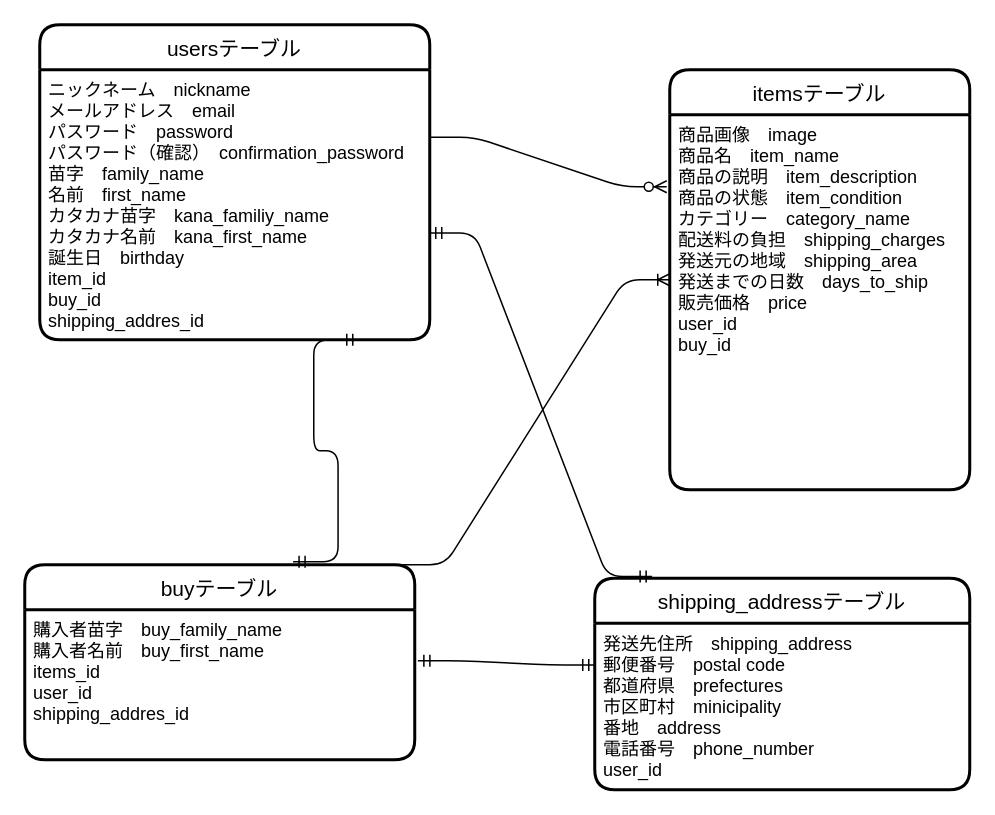
Earlier version of the draw.io diagram furima.dio (dino-pg/furima-34856). Source tidied: cells renumbered, new cells numbered last; positions are measured from the earlier drawing's top-left corner, leaving out a move shared by most shapes. Both pictures are drawn from the tidied source at 150%, with x=0, y=0 at pixel (24, 24).
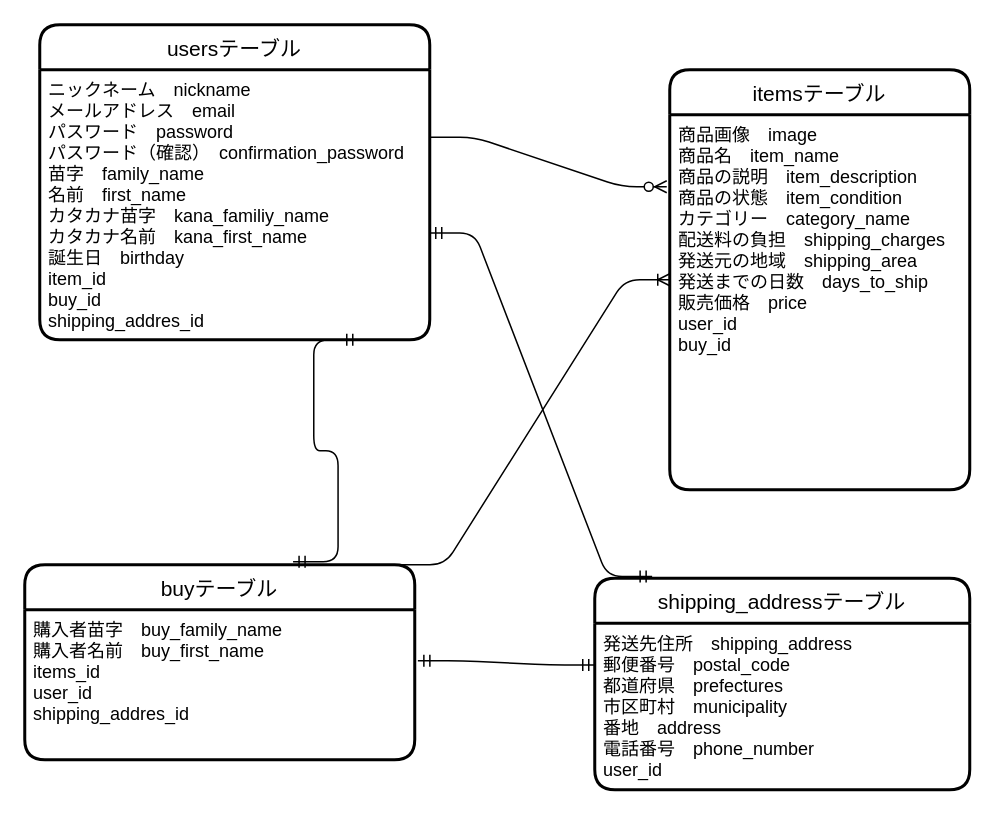
After the change.

Commit message:
ER図のスペル修正

What changed in the source:
```diff
@@
 <mxGraphModel>
   <root>
     <mxCell id="0" />
     <mxCell id="1" parent="0" />
     <mxCell id="2" value="usersテーブル" style="swimlane;horizontal=1;startSize=30;rounded=1;fontSize=14;fontStyle=0;strokeWidth=2;shadow=0;dashed=0;align=center;" parent="1" vertex="1">
       <mxGeometry x="10" width="260" height="210" as="geometry" />
     </mxCell>
     <mxCell id="3" value="ニックネーム　nickname&#10;メールアドレス　email&#10;パスワード　password&#10;パスワード（確認）　confirmation_password&#10;苗字　family_name&#10;名前　first_name&#10;カタカナ苗字　kana_familiy_name&#10;カタカナ名前　kana_first_name&#10;誕生日　birthday&#10;item_id&#10;buy_id&#10;shipping_addres_id" style="align=left;strokeColor=none;fillColor=none;spacingLeft=4;fontSize=12;verticalAlign=top;" parent="2" vertex="1">
       <mxGeometry y="30" width="260" height="180" as="geometry" />
     </mxCell>
     <mxCell id="4" value="buyテーブル" style="swimlane;horizontal=1;startSize=30;rounded=1;fontSize=14;fontStyle=0;strokeWidth=2;shadow=0;dashed=0;align=center;" parent="1" vertex="1">
       <mxGeometry y="360" width="260" height="130" as="geometry" />
     </mxCell>
     <mxCell id="5" value="購入者苗字　buy_family_name&#10;購入者名前　buy_first_name&#10;items_id&#10;user_id&#10;shipping_addres_id" style="align=left;strokeColor=none;fillColor=none;spacingLeft=4;fontSize=12;verticalAlign=top;" parent="4" vertex="1">
       <mxGeometry y="30" width="260" height="100" as="geometry" />
     </mxCell>
     <mxCell id="6" style="edgeStyle=entityRelationEdgeStyle;fontSize=12;html=1;endArrow=ERzeroToMany;endFill=1;exitX=1;exitY=0.25;exitDx=0;exitDy=0;" parent="1" edge="1" source="3">
       <mxGeometry relative="1" as="geometry">
         <mxPoint x="428" y="108" as="targetPoint" />
       </mxGeometry>
     </mxCell>
     <mxCell id="7" value="itemsテーブル" style="swimlane;horizontal=1;startSize=30;rounded=1;fontSize=14;fontStyle=0;strokeWidth=2;shadow=0;dashed=0;align=center;" parent="1" vertex="1">
       <mxGeometry x="430" y="30" width="200" height="280" as="geometry" />
     </mxCell>
     <mxCell id="8" value="商品画像　image&#10;商品名　item_name&#10;商品の説明　item_description&#10;商品の状態　item_condition&#10;カテゴリー　category_name&#10;配送料の負担　shipping_charges&#10;発送元の地域　shipping_area&#10;発送までの日数　days_to_ship&#10;販売価格　price&#10;user_id&#10;buy_id" style="align=left;strokeColor=none;fillColor=none;spacingLeft=4;fontSize=12;verticalAlign=top;" parent="7" vertex="1">
       <mxGeometry y="30" width="200" height="250" as="geometry" />
     </mxCell>
     <mxCell id="9" style="edgeStyle=entityRelationEdgeStyle;fontSize=12;html=1;endArrow=ERmandOne;startArrow=ERmandOne;entryX=0.818;entryY=1;entryDx=0;entryDy=0;entryPerimeter=0;exitX=0.688;exitY=-0.015;exitDx=0;exitDy=0;exitPerimeter=0;" parent="1" edge="1" source="4" target="3">
       <mxGeometry relative="1" as="geometry" />
     </mxCell>
     <mxCell id="10" value="shipping_addressテーブル" style="swimlane;horizontal=1;startSize=30;rounded=1;fontSize=14;fontStyle=0;strokeWidth=2;shadow=0;dashed=0;align=center;" parent="1" vertex="1">
       <mxGeometry x="380" y="369" width="250" height="141" as="geometry" />
     </mxCell>
-    <mxCell id="11" value="発送先住所　shipping_address&#10;郵便番号　postal code&#10;都道府県　prefectures&#10;市区町村　minicipality&#10;番地　address&#10;電話番号　phone_number&#10;user_id" style="align=left;strokeColor=none;fillColor=none;spacingLeft=4;fontSize=12;verticalAlign=top;" parent="10" vertex="1">
+    <mxCell id="11" value="発送先住所　shipping_address&#10;郵便番号　postal_code&#10;都道府県　prefectures&#10;市区町村　municipality&#10;番地　address&#10;電話番号　phone_number&#10;user_id" style="align=left;strokeColor=none;fillColor=none;spacingLeft=4;fontSize=12;verticalAlign=top;" parent="10" vertex="1">
       <mxGeometry y="30" width="250" height="111" as="geometry" />
     </mxCell>
     <mxCell id="12" style="edgeStyle=entityRelationEdgeStyle;fontSize=12;html=1;endArrow=ERmandOne;startArrow=ERmandOne;entryX=1;entryY=0.605;entryDx=0;entryDy=0;entryPerimeter=0;exitX=0.153;exitY=-0.008;exitDx=0;exitDy=0;exitPerimeter=0;" parent="1" edge="1" source="10" target="3">
       <mxGeometry relative="1" as="geometry" />
     </mxCell>
     <mxCell id="13" style="edgeStyle=entityRelationEdgeStyle;fontSize=12;html=1;endArrow=ERoneToMany;exitX=0.962;exitY=0;exitDx=0;exitDy=0;exitPerimeter=0;entryX=0;entryY=0.5;entryDx=0;entryDy=0;" parent="1" edge="1" source="4" target="7">
       <mxGeometry relative="1" as="geometry" />
     </mxCell>
     <mxCell id="14" style="edgeStyle=entityRelationEdgeStyle;fontSize=12;html=1;endArrow=ERmandOne;startArrow=ERmandOne;exitX=1.008;exitY=0.34;exitDx=0;exitDy=0;exitPerimeter=0;entryX=0;entryY=0.25;entryDx=0;entryDy=0;" parent="1" edge="1" source="5" target="11">
       <mxGeometry relative="1" as="geometry" />
     </mxCell>
   </root>
 </mxGraphModel>
```
